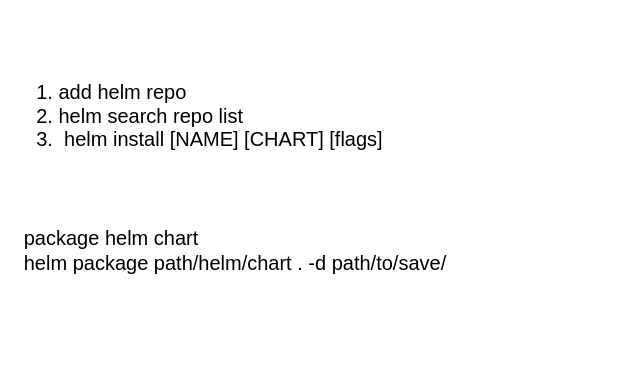
Earlier version of the draw.io diagram helm.drawio (thh6282/draw-in-drawio). Source tidied: cells renumbered, new cells numbered last; positions are measured from the earlier drawing's top-left corner, leaving out a move shared by most shapes. Both pictures are drawn from the tidied source at 125%, with x=0, y=0 at pixel (21, 21).
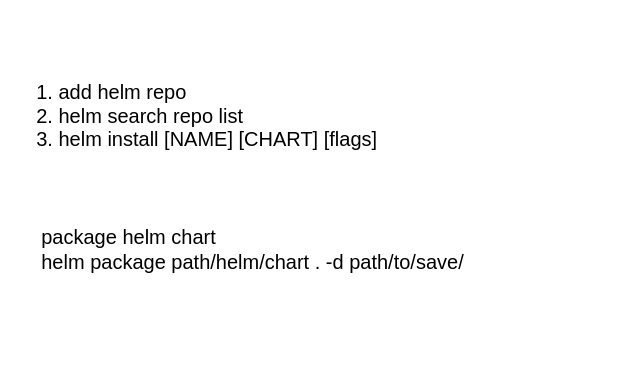
After the change.

What changed in the source:
```diff
@@
 <mxGraphModel>
   <root>
     <mxCell id="0" />
     <mxCell id="1" parent="0" />
-    <mxCell id="2" value="1. add helm repo&lt;div style=&quot;font-size: 16px;&quot;&gt;2. helm search repo list&lt;/div&gt;&lt;div style=&quot;font-size: 16px;&quot;&gt;3.&amp;nbsp;&amp;nbsp;helm install [NAME] [CHART] [flags]&lt;/div&gt;" style="text;html=1;align=left;verticalAlign=middle;whiteSpace=wrap;rounded=0;fontSize=16;" parent="1" vertex="1">
+    <mxCell id="2" value="1. add helm repo&lt;div style=&quot;font-size: 16px;&quot;&gt;2. helm search repo list&lt;/div&gt;&lt;div style=&quot;font-size: 16px;&quot;&gt;3. helm install [NAME] [CHART] [flags]&lt;/div&gt;" style="text;html=1;align=left;verticalAlign=middle;whiteSpace=wrap;rounded=0;fontSize=16;" parent="1" vertex="1">
       <mxGeometry x="10" width="280" height="150" as="geometry" />
     </mxCell>
     <mxCell id="3" value="package helm chart&lt;br&gt;helm package path/helm/chart . -d path/to/save/" style="text;html=1;align=left;verticalAlign=middle;whiteSpace=wrap;rounded=0;fontSize=16;" parent="1" vertex="1">
-      <mxGeometry y="108" width="455" height="150" as="geometry" />
+      <mxGeometry x="14" y="107" width="455" height="150" as="geometry" />
     </mxCell>
   </root>
 </mxGraphModel>
```
